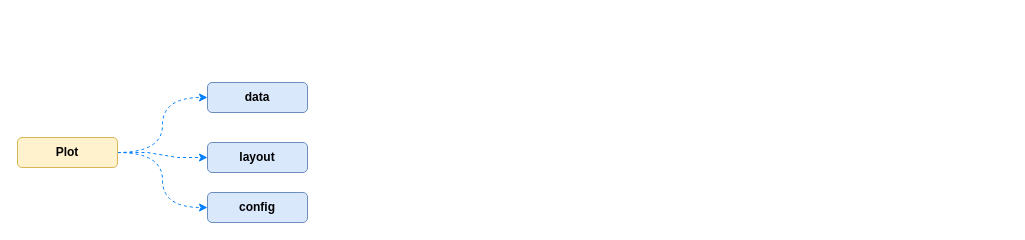
Before: Plotly.drawio in orlov-oleg-developer/asuter-UML, a draw.io diagram. Source tidied: cells renumbered, new cells numbered last; positions are measured from the earlier drawing's top-left corner, leaving out a move shared by most shapes. Both pictures are drawn from the tidied source at 100%, with x=0, y=0 at pixel (17, 82).
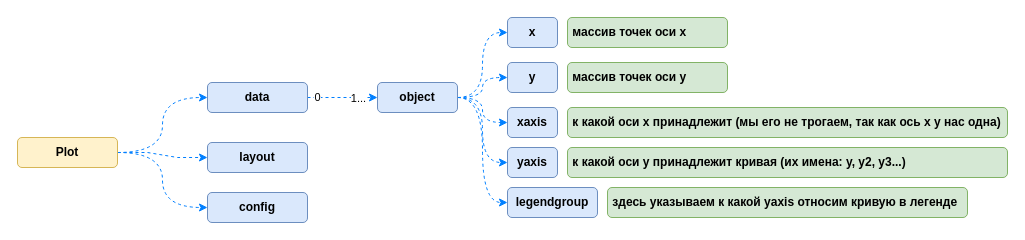
The same diagram, later.

The change refers to these unchanged cells:
```xml
<mxCell id="6" value="data" style="rounded=1;whiteSpace=wrap;html=1;fillColor=#dae8fc;strokeColor=#6c8ebf;fontStyle=1;" parent="1" vertex="1">
  <mxGeometry x="190" width="100" height="30" as="geometry" />
</mxCell>
```

What changed in the source:
```diff
@@
+    <mxCell id="9" style="edgeStyle=orthogonalEdgeStyle;rounded=0;jettySize=auto;html=1;strokeColor=#007FFF;fillColor=#dae8fc;dashed=1;" parent="1" edge="1" source="6" target="17">
+      <mxGeometry relative="1" as="geometry" />
+    </mxCell>
+    <mxCell id="10" value="0" style="edgeLabel;html=1;align=center;verticalAlign=middle;" parent="9" vertex="1">
+      <mxGeometry x="-0.75" y="1" relative="1" as="geometry" />
+    </mxCell>
+    <mxCell id="11" value="1..." style="edgeLabel;html=1;align=center;verticalAlign=middle;" parent="9" vertex="1">
+      <mxGeometry x="0.32" relative="1" as="geometry">
+        <mxPoint x="4" as="offset" />
+      </mxGeometry>
+    </mxCell>
@@
+    <mxCell id="12" style="edgeStyle=orthogonalEdgeStyle;shape=connector;curved=1;rounded=0;jettySize=auto;html=1;entryX=0;entryY=0.5;entryDx=0;entryDy=0;dashed=1;labelBackgroundColor=default;strokeColor=#007FFF;align=center;verticalAlign=middle;fontFamily=Helvetica;fontSize=11;fontColor=default;endArrow=classic;fillColor=#dae8fc;" parent="1" edge="1" source="17" target="18">
+      <mxGeometry relative="1" as="geometry" />
+    </mxCell>
+    <mxCell id="13" style="edgeStyle=orthogonalEdgeStyle;shape=connector;curved=1;rounded=0;jettySize=auto;html=1;entryX=0;entryY=0.5;entryDx=0;entryDy=0;dashed=1;labelBackgroundColor=default;strokeColor=#007FFF;align=center;verticalAlign=middle;fontFamily=Helvetica;fontSize=11;fontColor=default;endArrow=classic;fillColor=#dae8fc;" parent="1" edge="1" source="17" target="20">
+      <mxGeometry relative="1" as="geometry" />
+    </mxCell>
+    <mxCell id="14" style="edgeStyle=orthogonalEdgeStyle;shape=connector;curved=1;rounded=0;jettySize=auto;html=1;entryX=0;entryY=0.5;entryDx=0;entryDy=0;dashed=1;labelBackgroundColor=default;strokeColor=#007FFF;align=center;verticalAlign=middle;fontFamily=Helvetica;fontSize=11;fontColor=default;endArrow=classic;fillColor=#dae8fc;" parent="1" edge="1" source="17" target="22">
+      <mxGeometry relative="1" as="geometry" />
+    </mxCell>
+    <mxCell id="15" style="edgeStyle=orthogonalEdgeStyle;shape=connector;curved=1;rounded=0;jettySize=auto;html=1;entryX=0;entryY=0.5;entryDx=0;entryDy=0;dashed=1;labelBackgroundColor=default;strokeColor=#007FFF;align=center;verticalAlign=middle;fontFamily=Helvetica;fontSize=11;fontColor=default;endArrow=classic;fillColor=#dae8fc;" parent="1" edge="1" source="17" target="24">
+      <mxGeometry relative="1" as="geometry" />
+    </mxCell>
+    <mxCell id="16" style="edgeStyle=orthogonalEdgeStyle;shape=connector;curved=1;rounded=0;jettySize=auto;html=1;entryX=0;entryY=0.5;entryDx=0;entryDy=0;dashed=1;labelBackgroundColor=default;strokeColor=#007FFF;align=center;verticalAlign=middle;fontFamily=Helvetica;fontSize=11;fontColor=default;endArrow=classic;fillColor=#dae8fc;" parent="1" edge="1" source="17" target="26">
+      <mxGeometry relative="1" as="geometry" />
+    </mxCell>
+    <mxCell id="17" value="object" style="whiteSpace=wrap;html=1;fillColor=#dae8fc;strokeColor=#6c8ebf;rounded=1;fontStyle=1;" parent="1" vertex="1">
+      <mxGeometry x="360" width="80" height="30" as="geometry" />
+    </mxCell>
+    <mxCell id="18" value="x" style="whiteSpace=wrap;html=1;fillColor=#dae8fc;strokeColor=#6c8ebf;rounded=1;fontStyle=1;" parent="1" vertex="1">
+      <mxGeometry x="490" y="-65" width="50" height="30" as="geometry" />
+    </mxCell>
+    <mxCell id="19" value="&amp;nbsp;массив точек оси x" style="whiteSpace=wrap;html=1;fillColor=#d5e8d4;strokeColor=#82b366;rounded=1;fontStyle=1;align=left;" parent="1" vertex="1">
+      <mxGeometry x="550" y="-65" width="160" height="30" as="geometry" />
+    </mxCell>
+    <mxCell id="20" value="y" style="whiteSpace=wrap;html=1;fillColor=#dae8fc;strokeColor=#6c8ebf;rounded=1;fontStyle=1;" parent="1" vertex="1">
+      <mxGeometry x="490" y="-20" width="50" height="30" as="geometry" />
+    </mxCell>
+    <mxCell id="21" value="&amp;nbsp;массив точек оси y" style="whiteSpace=wrap;html=1;fillColor=#d5e8d4;strokeColor=#82b366;rounded=1;fontStyle=1;align=left;" parent="1" vertex="1">
+      <mxGeometry x="550" y="-20" width="160" height="30" as="geometry" />
+    </mxCell>
+    <mxCell id="22" value="legendgroup" style="whiteSpace=wrap;html=1;fillColor=#dae8fc;strokeColor=#6c8ebf;rounded=1;fontStyle=1;" parent="1" vertex="1">
+      <mxGeometry x="490" y="105" width="90" height="30" as="geometry" />
+    </mxCell>
+    <mxCell id="23" value="&amp;nbsp;здесь указываем к какой yaxis относим кривую в легенде" style="whiteSpace=wrap;html=1;fillColor=#d5e8d4;strokeColor=#82b366;rounded=1;fontStyle=1;align=left;" parent="1" vertex="1">
+      <mxGeometry x="590" y="105" width="360" height="30" as="geometry" />
+    </mxCell>
+    <mxCell id="24" value="xaxis" style="whiteSpace=wrap;html=1;fillColor=#dae8fc;strokeColor=#6c8ebf;rounded=1;fontStyle=1;" parent="1" vertex="1">
+      <mxGeometry x="490" y="25" width="50" height="30" as="geometry" />
+    </mxCell>
+    <mxCell id="25" value="&amp;nbsp;к какой оси x принадлежит (мы его не трогаем, так как ось x у нас одна)" style="whiteSpace=wrap;html=1;fillColor=#d5e8d4;strokeColor=#82b366;rounded=1;fontStyle=1;align=left;" parent="1" vertex="1">
+      <mxGeometry x="550" y="25" width="440" height="30" as="geometry" />
+    </mxCell>
+    <mxCell id="26" value="yaxis" style="whiteSpace=wrap;html=1;fillColor=#dae8fc;strokeColor=#6c8ebf;rounded=1;fontStyle=1;" parent="1" vertex="1">
+      <mxGeometry x="490" y="65" width="50" height="30" as="geometry" />
+    </mxCell>
+    <mxCell id="27" value="&amp;nbsp;к какой оси y принадлежит кривая (их имена: y, y2, y3...)" style="whiteSpace=wrap;html=1;fillColor=#d5e8d4;strokeColor=#82b366;rounded=1;fontStyle=1;align=left;" parent="1" vertex="1">
+      <mxGeometry x="550" y="65" width="440" height="30" as="geometry" />
+    </mxCell>
```
